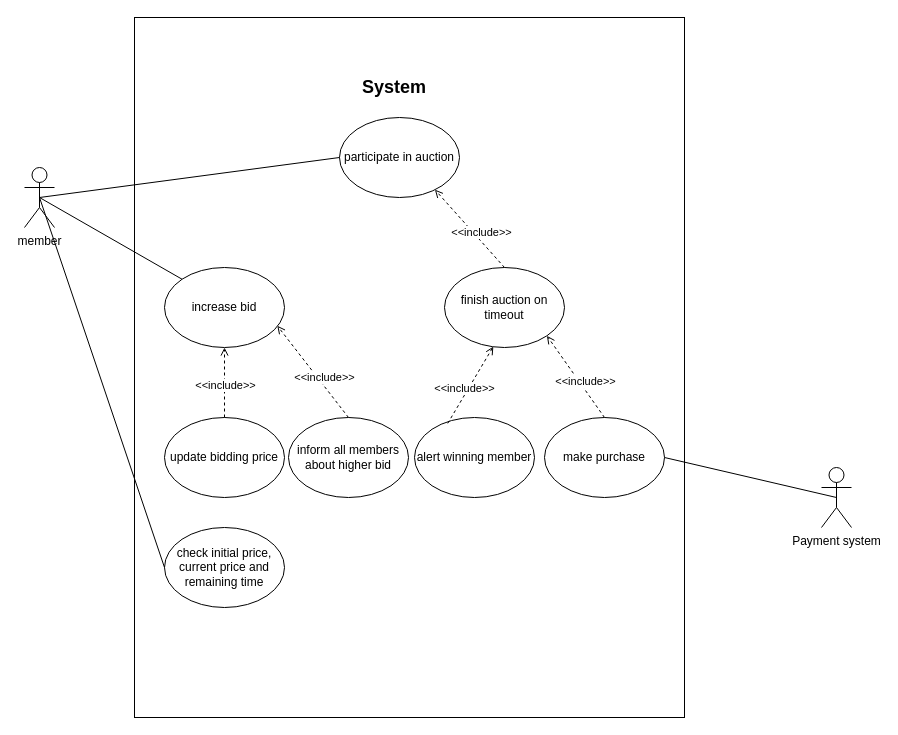
LevyIfta/Team-19B-Project keeps this draw.io diagram as page "auction purchase" (4 of 5) of use cases/use case 2.9.drawio. Above is the earlier version. Source tidied: cells renumbered, new cells numbered last; positions are measured from the earlier drawing's top-left corner, leaving out a move shared by most shapes. Both pictures are drawn from the tidied source at 100%, with x=0, y=0 at pixel (24, 17).
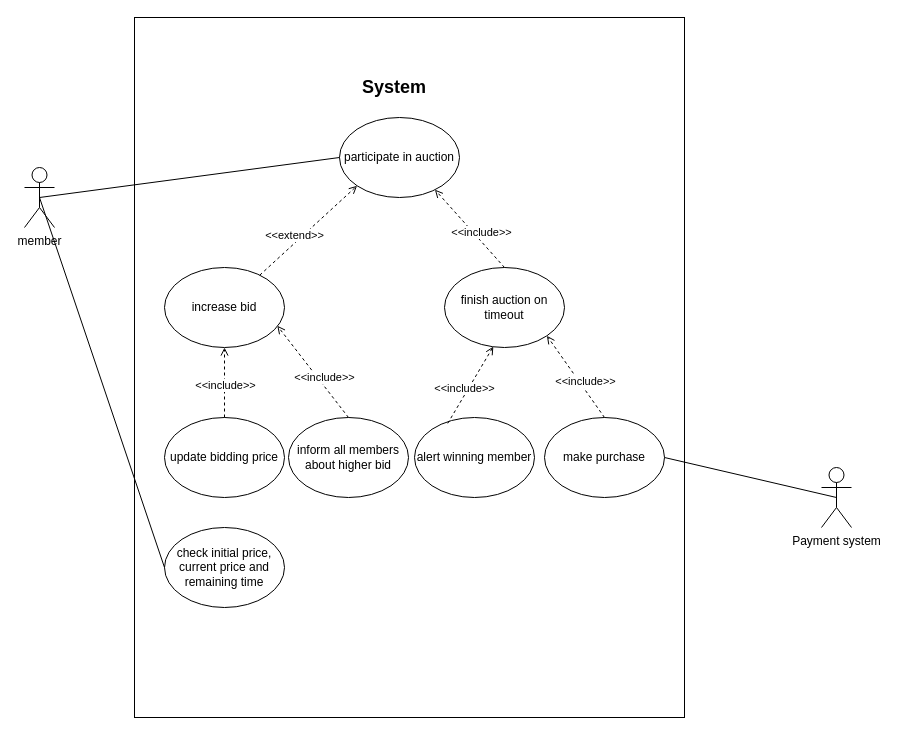
Above is the later version.

Unchanged cells that the change refers to:
```xml
<mxCell id="4" value="member" style="shape=umlActor;verticalLabelPosition=bottom;verticalAlign=top;html=1;outlineConnect=0;" parent="1" vertex="1">
  <mxGeometry y="150" width="30" height="60" as="geometry" />
</mxCell>
<mxCell id="5" value="participate in auction" style="ellipse;whiteSpace=wrap;html=1;" parent="1" vertex="1">
  <mxGeometry x="315" y="100" width="120" height="80" as="geometry" />
</mxCell>
<mxCell id="6" value="increase bid" style="ellipse;whiteSpace=wrap;html=1;" parent="1" vertex="1">
  <mxGeometry x="140" y="250" width="120" height="80" as="geometry" />
</mxCell>
```

The edit, as a diff of the source:
```diff
@@
-    <mxCell id="8" style="endArrow=none;html=1;strokeWidth=1;entryX=0;entryY=0;entryDx=0;entryDy=0;exitX=0.5;exitY=0.5;exitDx=0;exitDy=0;exitPerimeter=0;" parent="1" edge="1" source="4" target="6">
-      <mxGeometry relative="1" as="geometry" />
-    </mxCell>
@@
+    <mxCell id="28" style="endArrow=open;dashed=1;html=1;strokeWidth=1;entryX=0;entryY=1;entryDx=0;entryDy=0;endFill=0;" parent="1" edge="1" source="6" target="5">
+      <mxGeometry relative="1" as="geometry" />
+    </mxCell>
+    <mxCell id="29" value="&amp;lt;&amp;lt;extend&amp;gt;&amp;gt;" style="edgeLabel;html=1;align=center;verticalAlign=middle;" parent="28" vertex="1">
+      <mxGeometry x="-0.31" relative="1" as="geometry">
+        <mxPoint y="-9" as="offset" />
+      </mxGeometry>
+    </mxCell>
```
